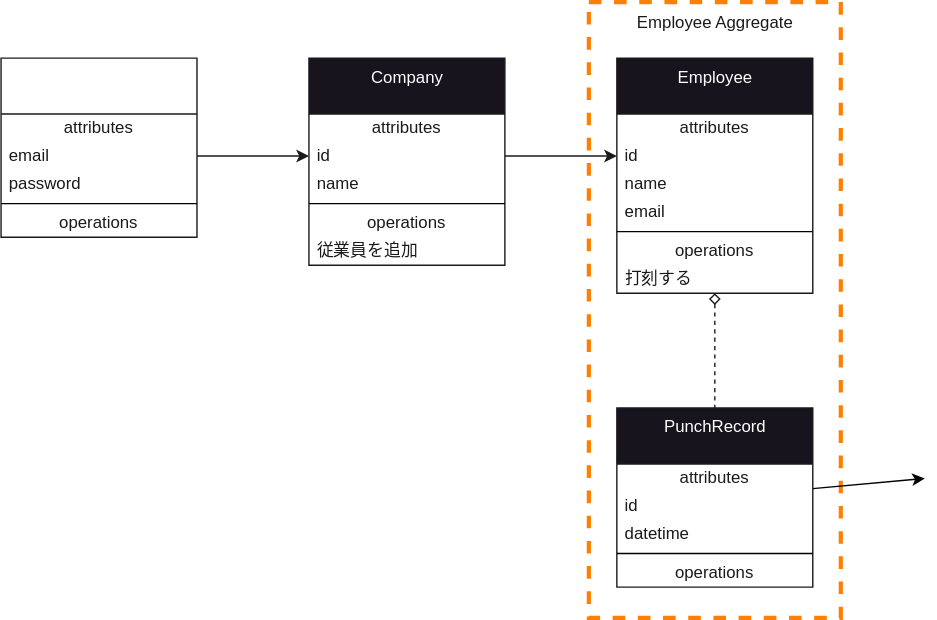
The draw.io diagram uml.drawio.svg in kumagai-s/flow-ddd, before a commit. Source tidied: cells renumbered, new cells last; positions are measured from the earlier drawing's top-left corner, leaving out a move shared by most shapes.
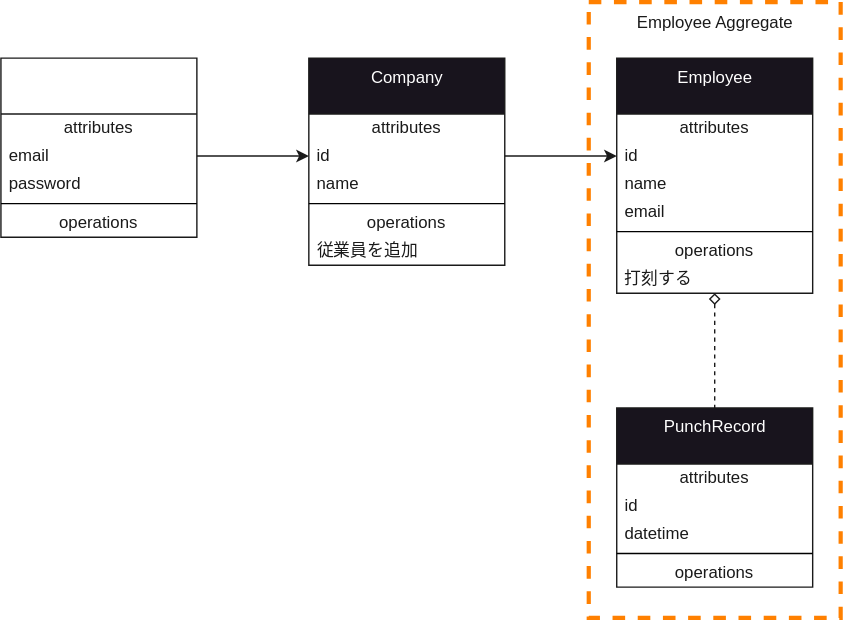
The same diagram one commit later.

The edit, as a diff of the source:
```diff
@@ -56,11 +56,6 @@
     <mxCell id="19" value="打刻する" style="text;html=1;strokeColor=none;fillColor=none;align=left;verticalAlign=middle;spacingLeft=4;spacingRight=4;overflow=hidden;fontColor=#1A1A1A;" parent="12" vertex="1">
       <mxGeometry y="148" width="140" height="20" as="geometry" />
     </mxCell>
-    <mxCell id="20" style="edgeStyle=none;html=1;fontColor=#FFFFFF;" parent="1" edge="1" source="21">
-      <mxGeometry relative="1" as="geometry">
-        <mxPoint x="660" y="340.4" as="targetPoint" />
-      </mxGeometry>
-    </mxCell>
     <mxCell id="21" value="&lt;font color=&quot;#ffffff&quot;&gt;PunchRecord&lt;/font&gt;" style="swimlane;fontStyle=0;align=center;verticalAlign=top;horizontal=1;startSize=40;html=1;fillColor=rgb(24, 20, 29);fontColor=#1A1A1A;strokeColor=#1A1A1A;" parent="1" vertex="1">
       <mxGeometry x="440" y="290" width="140" height="128" as="geometry" />
     </mxCell>
```
